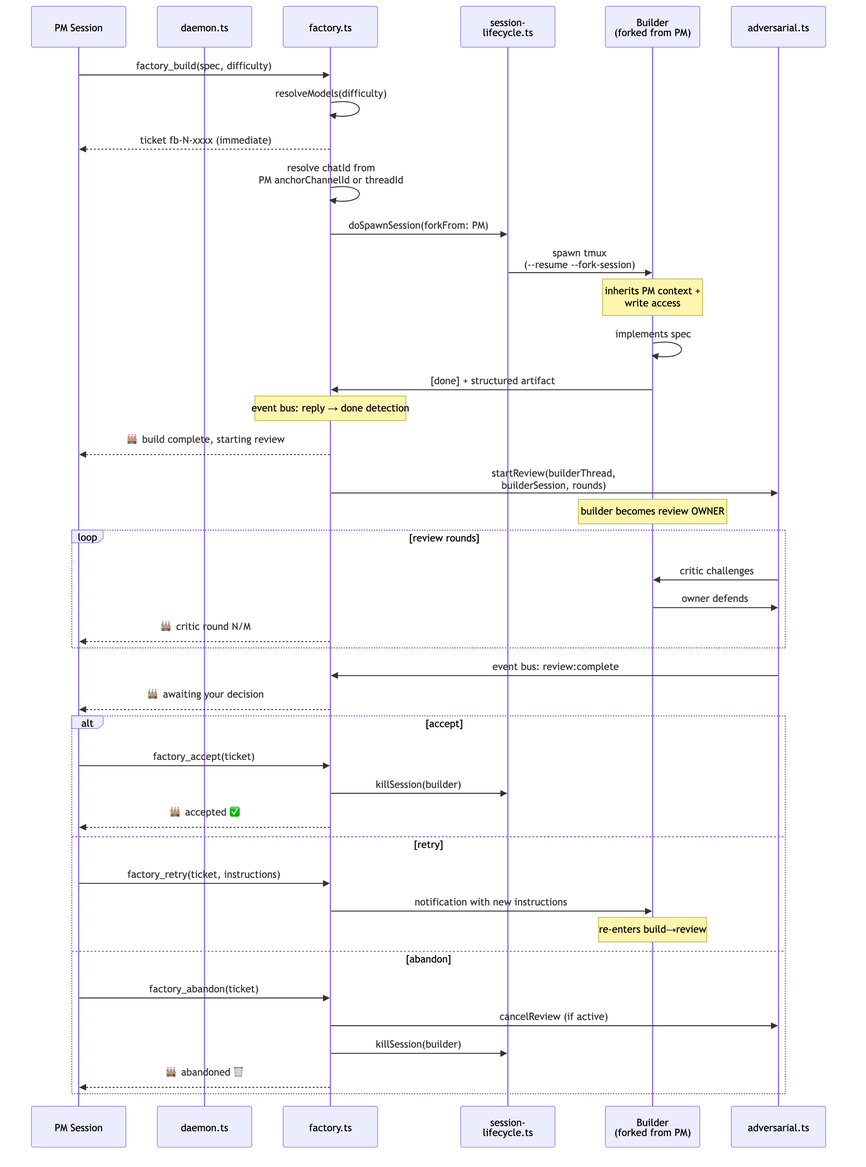
The Mermaid diagram diagrams/flow-factory.png in sf8193/hydra, before a commit. Its source is kept beside it as diagrams/flow-factory.mmd.
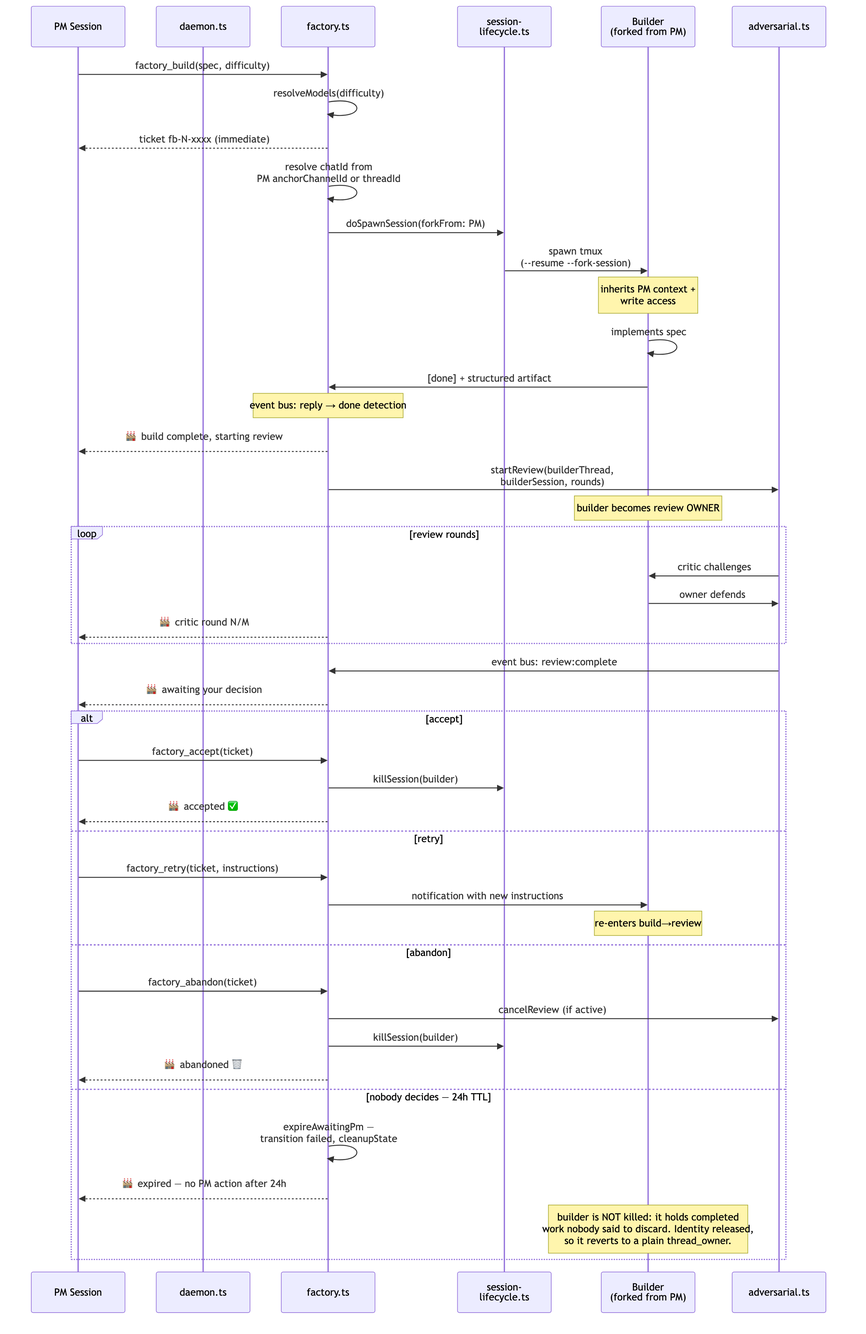
Later version of the same file.

Change to the diagram source:
```diff
@@ -46,4 +46,8 @@
         factory->>review: cancelReview (if active)
         factory->>lifecycle: killSession(builder)
         factory-->>PM: 🏭 abandoned 🗑️
+    else nobody decides — 24h TTL
+        factory->>factory: expireAwaitingPm —<br/>transition failed, cleanupState
+        factory-->>PM: 🏭 expired — no PM action after 24h
+        Note over builder: builder is NOT killed: it holds completed<br/>work nobody said to discard. Identity released,<br/>so it reverts to a plain thread_owner.
     end
```
